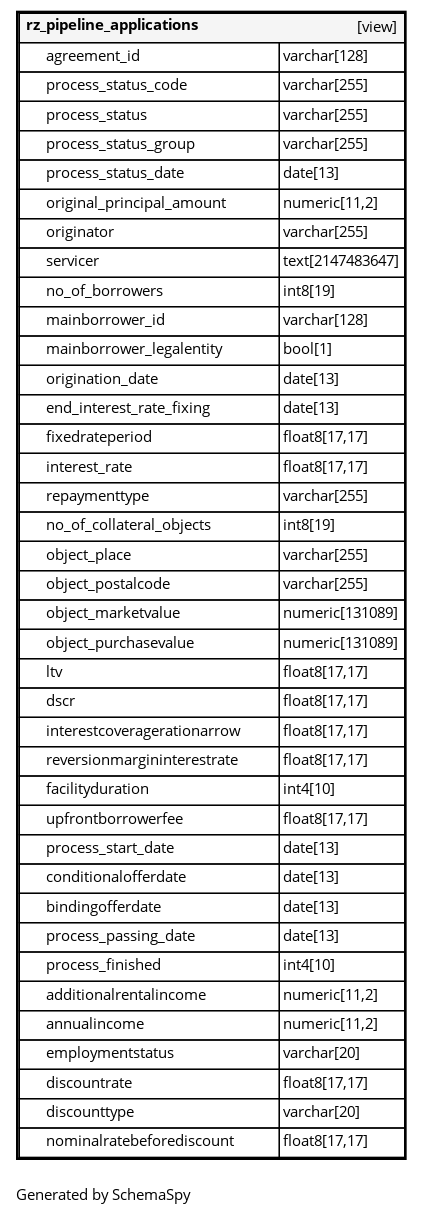
Before: FDA/v2022.2.x/diagrams/tables/rz_pipeline_applications.1degree.png, a diagram exported from Graphviz (fyndoo/fyndoo.github.io). Its source is kept beside it as FDA/v2022.2.x/diagrams/tables/rz_pipeline_applications.1degree.dot. Its diagram source:
```dot
digraph "oneDegreeRelationshipsDiagram" {
  graph [    rankdir="RL"    bgcolor="#ffffff"    label="\nGenerated by SchemaSpy"    labeljust="l"    nodesep="0.18"    ranksep="0.46"    fontname="Helvetica"    fontsize="11"    ration="compress"  ];  node [    fontname="Helvetica"    fontsize="11"    shape="plaintext"  ];  edge [    arrowsize="0.8"  ];
  "rz_pipeline_applications" [
   label=<
    <TABLE BORDER="2" CELLBORDER="1" CELLSPACING="0" BGCOLOR="#ffffff">
      <TR><TD COLSPAN="4"  BGCOLOR="#f5f5f5"><TABLE BORDER="0" CELLSPACING="0"><TR><TD ALIGN="LEFT" FIXEDSIZE="TRUE" WIDTH="142" HEIGHT="16"><B>rz_pipeline_applications</B></TD><TD ALIGN="RIGHT">[view]</TD></TR></TABLE></TD></TR>
      <TR><TD PORT="agreement_id" COLSPAN="2" ALIGN="LEFT"><TABLE BORDER="0" CELLSPACING="0" ALIGN="LEFT"><TR ALIGN="LEFT"><TD ALIGN="LEFT" FIXEDSIZE="TRUE" WIDTH="15" HEIGHT="16"></TD><TD ALIGN="LEFT" FIXEDSIZE="TRUE" WIDTH="174" HEIGHT="16">agreement_id</TD></TR></TABLE></TD><TD PORT="agreement_id.type" ALIGN="LEFT">varchar[128]</TD></TR>
      <TR><TD PORT="process_status_code" COLSPAN="2" ALIGN="LEFT"><TABLE BORDER="0" CELLSPACING="0" ALIGN="LEFT"><TR ALIGN="LEFT"><TD ALIGN="LEFT" FIXEDSIZE="TRUE" WIDTH="15" HEIGHT="16"></TD><TD ALIGN="LEFT" FIXEDSIZE="TRUE" WIDTH="174" HEIGHT="16">process_status_code</TD></TR></TABLE></TD><TD PORT="process_status_code.type" ALIGN="LEFT">varchar[255]</TD></TR>
      <TR><TD PORT="process_status" COLSPAN="2" ALIGN="LEFT"><TABLE BORDER="0" CELLSPACING="0" ALIGN="LEFT"><TR ALIGN="LEFT"><TD ALIGN="LEFT" FIXEDSIZE="TRUE" WIDTH="15" HEIGHT="16"></TD><TD ALIGN="LEFT" FIXEDSIZE="TRUE" WIDTH="174" HEIGHT="16">process_status</TD></TR></TABLE></TD><TD PORT="process_status.type" ALIGN="LEFT">varchar[255]</TD></TR>
      <TR><TD PORT="process_status_group" COLSPAN="2" ALIGN="LEFT"><TABLE BORDER="0" CELLSPACING="0" ALIGN="LEFT"><TR ALIGN="LEFT"><TD ALIGN="LEFT" FIXEDSIZE="TRUE" WIDTH="15" HEIGHT="16"></TD><TD ALIGN="LEFT" FIXEDSIZE="TRUE" WIDTH="174" HEIGHT="16">process_status_group</TD></TR></TABLE></TD><TD PORT="process_status_group.type" ALIGN="LEFT">varchar[255]</TD></TR>
      <TR><TD PORT="process_status_date" COLSPAN="2" ALIGN="LEFT"><TABLE BORDER="0" CELLSPACING="0" ALIGN="LEFT"><TR ALIGN="LEFT"><TD ALIGN="LEFT" FIXEDSIZE="TRUE" WIDTH="15" HEIGHT="16"></TD><TD ALIGN="LEFT" FIXEDSIZE="TRUE" WIDTH="174" HEIGHT="16">process_status_date</TD></TR></TABLE></TD><TD PORT="process_status_date.type" ALIGN="LEFT">date[13]</TD></TR>
      <TR><TD PORT="original_principal_amount" COLSPAN="2" ALIGN="LEFT"><TABLE BORDER="0" CELLSPACING="0" ALIGN="LEFT"><TR ALIGN="LEFT"><TD ALIGN="LEFT" FIXEDSIZE="TRUE" WIDTH="15" HEIGHT="16"></TD><TD ALIGN="LEFT" FIXEDSIZE="TRUE" WIDTH="174" HEIGHT="16">original_principal_amount</TD></TR></TABLE></TD><TD PORT="original_principal_amount.type" ALIGN="LEFT">numeric[11,2]</TD></TR>
      <TR><TD PORT="originator" COLSPAN="2" ALIGN="LEFT"><TABLE BORDER="0" CELLSPACING="0" ALIGN="LEFT"><TR ALIGN="LEFT"><TD ALIGN="LEFT" FIXEDSIZE="TRUE" WIDTH="15" HEIGHT="16"></TD><TD ALIGN="LEFT" FIXEDSIZE="TRUE" WIDTH="174" HEIGHT="16">originator</TD></TR></TABLE></TD><TD PORT="originator.type" ALIGN="LEFT">varchar[255]</TD></TR>
      <TR><TD PORT="servicer" COLSPAN="2" ALIGN="LEFT"><TABLE BORDER="0" CELLSPACING="0" ALIGN="LEFT"><TR ALIGN="LEFT"><TD ALIGN="LEFT" FIXEDSIZE="TRUE" WIDTH="15" HEIGHT="16"></TD><TD ALIGN="LEFT" FIXEDSIZE="TRUE" WIDTH="174" HEIGHT="16">servicer</TD></TR></TABLE></TD><TD PORT="servicer.type" ALIGN="LEFT">text[2147483647]</TD></TR>
      <TR><TD PORT="no_of_borrowers" COLSPAN="2" ALIGN="LEFT"><TABLE BORDER="0" CELLSPACING="0" ALIGN="LEFT"><TR ALIGN="LEFT"><TD ALIGN="LEFT" FIXEDSIZE="TRUE" WIDTH="15" HEIGHT="16"></TD><TD ALIGN="LEFT" FIXEDSIZE="TRUE" WIDTH="174" HEIGHT="16">no_of_borrowers</TD></TR></TABLE></TD><TD PORT="no_of_borrowers.type" ALIGN="LEFT">int8[19]</TD></TR>
      <TR><TD PORT="mainborrower_id" COLSPAN="2" ALIGN="LEFT"><TABLE BORDER="0" CELLSPACING="0" ALIGN="LEFT"><TR ALIGN="LEFT"><TD ALIGN="LEFT" FIXEDSIZE="TRUE" WIDTH="15" HEIGHT="16"></TD><TD ALIGN="LEFT" FIXEDSIZE="TRUE" WIDTH="174" HEIGHT="16">mainborrower_id</TD></TR></TABLE></TD><TD PORT="mainborrower_id.type" ALIGN="LEFT">varchar[128]</TD></TR>
      <TR><TD PORT="mainborrower_legalentity" COLSPAN="2" ALIGN="LEFT"><TABLE BORDER="0" CELLSPACING="0" ALIGN="LEFT"><TR ALIGN="LEFT"><TD ALIGN="LEFT" FIXEDSIZE="TRUE" WIDTH="15" HEIGHT="16"></TD><TD ALIGN="LEFT" FIXEDSIZE="TRUE" WIDTH="174" HEIGHT="16">mainborrower_legalentity</TD></TR></TABLE></TD><TD PORT="mainborrower_legalentity.type" ALIGN="LEFT">bool[1]</TD></TR>
      <TR><TD PORT="origination_date" COLSPAN="2" ALIGN="LEFT"><TABLE BORDER="0" CELLSPACING="0" ALIGN="LEFT"><TR ALIGN="LEFT"><TD ALIGN="LEFT" FIXEDSIZE="TRUE" WIDTH="15" HEIGHT="16"></TD><TD ALIGN="LEFT" FIXEDSIZE="TRUE" WIDTH="174" HEIGHT="16">origination_date</TD></TR></TABLE></TD><TD PORT="origination_date.type" ALIGN="LEFT">date[13]</TD></TR>
      <TR><TD PORT="end_interest_rate_fixing" COLSPAN="2" ALIGN="LEFT"><TABLE BORDER="0" CELLSPACING="0" ALIGN="LEFT"><TR ALIGN="LEFT"><TD ALIGN="LEFT" FIXEDSIZE="TRUE" WIDTH="15" HEIGHT="16"></TD><TD ALIGN="LEFT" FIXEDSIZE="TRUE" WIDTH="174" HEIGHT="16">end_interest_rate_fixing</TD></TR></TABLE></TD><TD PORT="end_interest_rate_fixing.type" ALIGN="LEFT">date[13]</TD></TR>
      <TR><TD PORT="fixedrateperiod" COLSPAN="2" ALIGN="LEFT"><TABLE BORDER="0" CELLSPACING="0" ALIGN="LEFT"><TR ALIGN="LEFT"><TD ALIGN="LEFT" FIXEDSIZE="TRUE" WIDTH="15" HEIGHT="16"></TD><TD ALIGN="LEFT" FIXEDSIZE="TRUE" WIDTH="174" HEIGHT="16">fixedrateperiod</TD></TR></TABLE></TD><TD PORT="fixedrateperiod.type" ALIGN="LEFT">float8[17,17]</TD></TR>
      <TR><TD PORT="interest_rate" COLSPAN="2" ALIGN="LEFT"><TABLE BORDER="0" CELLSPACING="0" ALIGN="LEFT"><TR ALIGN="LEFT"><TD ALIGN="LEFT" FIXEDSIZE="TRUE" WIDTH="15" HEIGHT="16"></TD><TD ALIGN="LEFT" FIXEDSIZE="TRUE" WIDTH="174" HEIGHT="16">interest_rate</TD></TR></TABLE></TD><TD PORT="interest_rate.type" ALIGN="LEFT">float8[17,17]</TD></TR>
      <TR><TD PORT="repaymenttype" COLSPAN="2" ALIGN="LEFT"><TABLE BORDER="0" CELLSPACING="0" ALIGN="LEFT"><TR ALIGN="LEFT"><TD ALIGN="LEFT" FIXEDSIZE="TRUE" WIDTH="15" HEIGHT="16"></TD><TD ALIGN="LEFT" FIXEDSIZE="TRUE" WIDTH="174" HEIGHT="16">repaymenttype</TD></TR></TABLE></TD><TD PORT="repaymenttype.type" ALIGN="LEFT">varchar[255]</TD></TR>
      <TR><TD PORT="no_of_collateral_objects" COLSPAN="2" ALIGN="LEFT"><TABLE BORDER="0" CELLSPACING="0" ALIGN="LEFT"><TR ALIGN="LEFT"><TD ALIGN="LEFT" FIXEDSIZE="TRUE" WIDTH="15" HEIGHT="16"></TD><TD ALIGN="LEFT" FIXEDSIZE="TRUE" WIDTH="174" HEIGHT="16">no_of_collateral_objects</TD></TR></TABLE></TD><TD PORT="no_of_collateral_objects.type" ALIGN="LEFT">int8[19]</TD></TR>
      <TR><TD PORT="object_place" COLSPAN="2" ALIGN="LEFT"><TABLE BORDER="0" CELLSPACING="0" ALIGN="LEFT"><TR ALIGN="LEFT"><TD ALIGN="LEFT" FIXEDSIZE="TRUE" WIDTH="15" HEIGHT="16"></TD><TD ALIGN="LEFT" FIXEDSIZE="TRUE" WIDTH="174" HEIGHT="16">object_place</TD></TR></TABLE></TD><TD PORT="object_place.type" ALIGN="LEFT">varchar[255]</TD></TR>
      <TR><TD PORT="object_postalcode" COLSPAN="2" ALIGN="LEFT"><TABLE BORDER="0" CELLSPACING="0" ALIGN="LEFT"><TR ALIGN="LEFT"><TD ALIGN="LEFT" FIXEDSIZE="TRUE" WIDTH="15" HEIGHT="16"></TD><TD ALIGN="LEFT" FIXEDSIZE="TRUE" WIDTH="174" HEIGHT="16">object_postalcode</TD></TR></TABLE></TD><TD PORT="object_postalcode.type" ALIGN="LEFT">varchar[255]</TD></TR>
      <TR><TD PORT="object_marketvalue" COLSPAN="2" ALIGN="LEFT"><TABLE BORDER="0" CELLSPACING="0" ALIGN="LEFT"><TR ALIGN="LEFT"><TD ALIGN="LEFT" FIXEDSIZE="TRUE" WIDTH="15" HEIGHT="16"></TD><TD ALIGN="LEFT" FIXEDSIZE="TRUE" WIDTH="174" HEIGHT="16">object_marketvalue</TD></TR></TABLE></TD><TD PORT="object_marketvalue.type" ALIGN="LEFT">numeric[131089]</TD></TR>
      <TR><TD PORT="object_purchasevalue" COLSPAN="2" ALIGN="LEFT"><TABLE BORDER="0" CELLSPACING="0" ALIGN="LEFT"><TR ALIGN="LEFT"><TD ALIGN="LEFT" FIXEDSIZE="TRUE" WIDTH="15" HEIGHT="16"></TD><TD ALIGN="LEFT" FIXEDSIZE="TRUE" WIDTH="174" HEIGHT="16">object_purchasevalue</TD></TR></TABLE></TD><TD PORT="object_purchasevalue.type" ALIGN="LEFT">numeric[131089]</TD></TR>
      <TR><TD PORT="ltv" COLSPAN="2" ALIGN="LEFT"><TABLE BORDER="0" CELLSPACING="0" ALIGN="LEFT"><TR ALIGN="LEFT"><TD ALIGN="LEFT" FIXEDSIZE="TRUE" WIDTH="15" HEIGHT="16"></TD><TD ALIGN="LEFT" FIXEDSIZE="TRUE" WIDTH="174" HEIGHT="16">ltv</TD></TR></TABLE></TD><TD PORT="ltv.type" ALIGN="LEFT">float8[17,17]</TD></TR>
      <TR><TD PORT="dscr" COLSPAN="2" ALIGN="LEFT"><TABLE BORDER="0" CELLSPACING="0" ALIGN="LEFT"><TR ALIGN="LEFT"><TD ALIGN="LEFT" FIXEDSIZE="TRUE" WIDTH="15" HEIGHT="16"></TD><TD ALIGN="LEFT" FIXEDSIZE="TRUE" WIDTH="174" HEIGHT="16">dscr</TD></TR></TABLE></TD><TD PORT="dscr.type" ALIGN="LEFT">float8[17,17]</TD></TR>
      <TR><TD PORT="interestcoveragerationarrow" COLSPAN="2" ALIGN="LEFT"><TABLE BORDER="0" CELLSPACING="0" ALIGN="LEFT"><TR ALIGN="LEFT"><TD ALIGN="LEFT" FIXEDSIZE="TRUE" WIDTH="15" HEIGHT="16"></TD><TD ALIGN="LEFT" FIXEDSIZE="TRUE" WIDTH="174" HEIGHT="16">interestcoveragerationarrow</TD></TR></TABLE></TD><TD PORT="interestcoveragerationarrow.type" ALIGN="LEFT">float8[17,17]</TD></TR>
      <TR><TD PORT="reversionmargininterestrate" COLSPAN="2" ALIGN="LEFT"><TABLE BORDER="0" CELLSPACING="0" ALIGN="LEFT"><TR ALIGN="LEFT"><TD ALIGN="LEFT" FIXEDSIZE="TRUE" WIDTH="15" HEIGHT="16"></TD><TD ALIGN="LEFT" FIXEDSIZE="TRUE" WIDTH="174" HEIGHT="16">reversionmargininterestrate</TD></TR></TABLE></TD><TD PORT="reversionmargininterestrate.type" ALIGN="LEFT">float8[17,17]</TD></TR>
      <TR><TD PORT="facilityduration" COLSPAN="2" ALIGN="LEFT"><TABLE BORDER="0" CELLSPACING="0" ALIGN="LEFT"><TR ALIGN="LEFT"><TD ALIGN="LEFT" FIXEDSIZE="TRUE" WIDTH="15" HEIGHT="16"></TD><TD ALIGN="LEFT" FIXEDSIZE="TRUE" WIDTH="174" HEIGHT="16">facilityduration</TD></TR></TABLE></TD><TD PORT="facilityduration.type" ALIGN="LEFT">int4[10]</TD></TR>
      <TR><TD PORT="upfrontborrowerfee" COLSPAN="2" ALIGN="LEFT"><TABLE BORDER="0" CELLSPACING="0" ALIGN="LEFT"><TR ALIGN="LEFT"><TD ALIGN="LEFT" FIXEDSIZE="TRUE" WIDTH="15" HEIGHT="16"></TD><TD ALIGN="LEFT" FIXEDSIZE="TRUE" WIDTH="174" HEIGHT="16">upfrontborrowerfee</TD></TR></TABLE></TD><TD PORT="upfrontborrowerfee.type" ALIGN="LEFT">float8[17,17]</TD></TR>
      <TR><TD PORT="process_start_date" COLSPAN="2" ALIGN="LEFT"><TABLE BORDER="0" CELLSPACING="0" ALIGN="LEFT"><TR ALIGN="LEFT"><TD ALIGN="LEFT" FIXEDSIZE="TRUE" WIDTH="15" HEIGHT="16"></TD><TD ALIGN="LEFT" FIXEDSIZE="TRUE" WIDTH="174" HEIGHT="16">process_start_date</TD></TR></TABLE></TD><TD PORT="process_start_date.type" ALIGN="LEFT">date[13]</TD></TR>
      <TR><TD PORT="conditionalofferdate" COLSPAN="2" ALIGN="LEFT"><TABLE BORDER="0" CELLSPACING="0" ALIGN="LEFT"><TR ALIGN="LEFT"><TD ALIGN="LEFT" FIXEDSIZE="TRUE" WIDTH="15" HEIGHT="16"></TD><TD ALIGN="LEFT" FIXEDSIZE="TRUE" WIDTH="174" HEIGHT="16">conditionalofferdate</TD></TR></TABLE></TD><TD PORT="conditionalofferdate.type" ALIGN="LEFT">date[13]</TD></TR>
      <TR><TD PORT="bindingofferdate" COLSPAN="2" ALIGN="LEFT"><TABLE BORDER="0" CELLSPACING="0" ALIGN="LEFT"><TR ALIGN="LEFT"><TD ALIGN="LEFT" FIXEDSIZE="TRUE" WIDTH="15" HEIGHT="16"></TD><TD ALIGN="LEFT" FIXEDSIZE="TRUE" WIDTH="174" HEIGHT="16">bindingofferdate</TD></TR></TABLE></TD><TD PORT="bindingofferdate.type" ALIGN="LEFT">date[13]</TD></TR>
      <TR><TD PORT="process_passing_date" COLSPAN="2" ALIGN="LEFT"><TABLE BORDER="0" CELLSPACING="0" ALIGN="LEFT"><TR ALIGN="LEFT"><TD ALIGN="LEFT" FIXEDSIZE="TRUE" WIDTH="15" HEIGHT="16"></TD><TD ALIGN="LEFT" FIXEDSIZE="TRUE" WIDTH="174" HEIGHT="16">process_passing_date</TD></TR></TABLE></TD><TD PORT="process_passing_date.type" ALIGN="LEFT">date[13]</TD></TR>
      <TR><TD PORT="process_finished" COLSPAN="2" ALIGN="LEFT"><TABLE BORDER="0" CELLSPACING="0" ALIGN="LEFT"><TR ALIGN="LEFT"><TD ALIGN="LEFT" FIXEDSIZE="TRUE" WIDTH="15" HEIGHT="16"></TD><TD ALIGN="LEFT" FIXEDSIZE="TRUE" WIDTH="174" HEIGHT="16">process_finished</TD></TR></TABLE></TD><TD PORT="process_finished.type" ALIGN="LEFT">int4[10]</TD></TR>
      <TR><TD PORT="additionalrentalincome" COLSPAN="2" ALIGN="LEFT"><TABLE BORDER="0" CELLSPACING="0" ALIGN="LEFT"><TR ALIGN="LEFT"><TD ALIGN="LEFT" FIXEDSIZE="TRUE" WIDTH="15" HEIGHT="16"></TD><TD ALIGN="LEFT" FIXEDSIZE="TRUE" WIDTH="174" HEIGHT="16">additionalrentalincome</TD></TR></TABLE></TD><TD PORT="additionalrentalincome.type" ALIGN="LEFT">numeric[11,2]</TD></TR>
      <TR><TD PORT="annualincome" COLSPAN="2" ALIGN="LEFT"><TABLE BORDER="0" CELLSPACING="0" ALIGN="LEFT"><TR ALIGN="LEFT"><TD ALIGN="LEFT" FIXEDSIZE="TRUE" WIDTH="15" HEIGHT="16"></TD><TD ALIGN="LEFT" FIXEDSIZE="TRUE" WIDTH="174" HEIGHT="16">annualincome</TD></TR></TABLE></TD><TD PORT="annualincome.type" ALIGN="LEFT">numeric[11,2]</TD></TR>
      <TR><TD PORT="employmentstatus" COLSPAN="2" ALIGN="LEFT"><TABLE BORDER="0" CELLSPACING="0" ALIGN="LEFT"><TR ALIGN="LEFT"><TD ALIGN="LEFT" FIXEDSIZE="TRUE" WIDTH="15" HEIGHT="16"></TD><TD ALIGN="LEFT" FIXEDSIZE="TRUE" WIDTH="174" HEIGHT="16">employmentstatus</TD></TR></TABLE></TD><TD PORT="employmentstatus.type" ALIGN="LEFT">varchar[20]</TD></TR>
      <TR><TD PORT="discountrate" COLSPAN="2" ALIGN="LEFT"><TABLE BORDER="0" CELLSPACING="0" ALIGN="LEFT"><TR ALIGN="LEFT"><TD ALIGN="LEFT" FIXEDSIZE="TRUE" WIDTH="15" HEIGHT="16"></TD><TD ALIGN="LEFT" FIXEDSIZE="TRUE" WIDTH="174" HEIGHT="16">discountrate</TD></TR></TABLE></TD><TD PORT="discountrate.type" ALIGN="LEFT">float8[17,17]</TD></TR>
      <TR><TD PORT="discounttype" COLSPAN="2" ALIGN="LEFT"><TABLE BORDER="0" CELLSPACING="0" ALIGN="LEFT"><TR ALIGN="LEFT"><TD ALIGN="LEFT" FIXEDSIZE="TRUE" WIDTH="15" HEIGHT="16"></TD><TD ALIGN="LEFT" FIXEDSIZE="TRUE" WIDTH="174" HEIGHT="16">discounttype</TD></TR></TABLE></TD><TD PORT="discounttype.type" ALIGN="LEFT">varchar[20]</TD></TR>
      <TR><TD PORT="nominalratebeforediscount" COLSPAN="2" ALIGN="LEFT"><TABLE BORDER="0" CELLSPACING="0" ALIGN="LEFT"><TR ALIGN="LEFT"><TD ALIGN="LEFT" FIXEDSIZE="TRUE" WIDTH="15" HEIGHT="16"></TD><TD ALIGN="LEFT" FIXEDSIZE="TRUE" WIDTH="174" HEIGHT="16">nominalratebeforediscount</TD></TR></TABLE></TD><TD PORT="nominalratebeforediscount.type" ALIGN="LEFT">float8[17,17]</TD></TR>
    </TABLE>>
    URL="rz_pipeline_applications.html"
    target="_top"
    tooltip="rz_pipeline_applications"
  ];
}
```
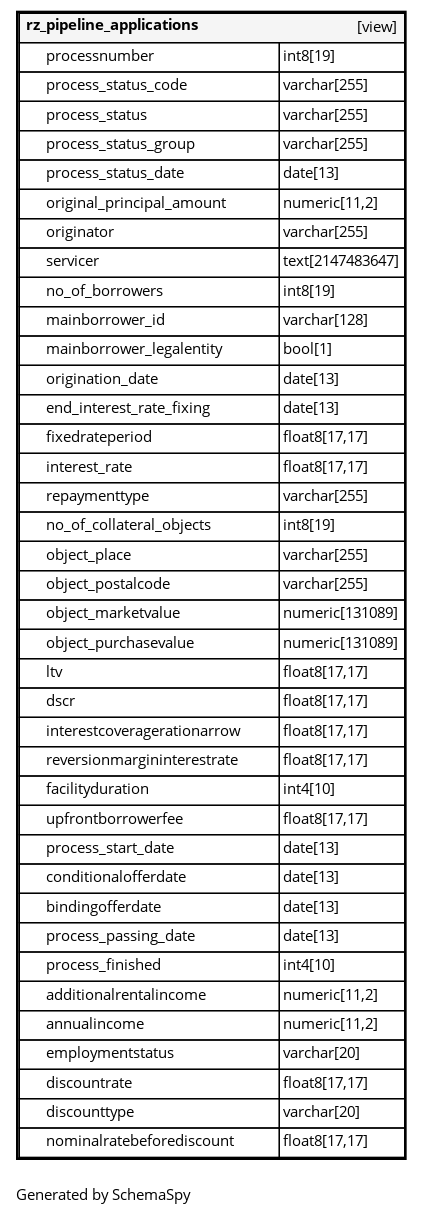
The same file after the commit.

What changed in the source:
```diff
@@ -4,7 +4,7 @@
    label=<
     <TABLE BORDER="2" CELLBORDER="1" CELLSPACING="0" BGCOLOR="#ffffff">
       <TR><TD COLSPAN="4"  BGCOLOR="#f5f5f5"><TABLE BORDER="0" CELLSPACING="0"><TR><TD ALIGN="LEFT" FIXEDSIZE="TRUE" WIDTH="142" HEIGHT="16"><B>rz_pipeline_applications</B></TD><TD ALIGN="RIGHT">[view]</TD></TR></TABLE></TD></TR>
-      <TR><TD PORT="agreement_id" COLSPAN="2" ALIGN="LEFT"><TABLE BORDER="0" CELLSPACING="0" ALIGN="LEFT"><TR ALIGN="LEFT"><TD ALIGN="LEFT" FIXEDSIZE="TRUE" WIDTH="15" HEIGHT="16"></TD><TD ALIGN="LEFT" FIXEDSIZE="TRUE" WIDTH="174" HEIGHT="16">agreement_id</TD></TR></TABLE></TD><TD PORT="agreement_id.type" ALIGN="LEFT">varchar[128]</TD></TR>
+      <TR><TD PORT="processnumber" COLSPAN="2" ALIGN="LEFT"><TABLE BORDER="0" CELLSPACING="0" ALIGN="LEFT"><TR ALIGN="LEFT"><TD ALIGN="LEFT" FIXEDSIZE="TRUE" WIDTH="15" HEIGHT="16"></TD><TD ALIGN="LEFT" FIXEDSIZE="TRUE" WIDTH="174" HEIGHT="16">processnumber</TD></TR></TABLE></TD><TD PORT="processnumber.type" ALIGN="LEFT">int8[19]</TD></TR>
       <TR><TD PORT="process_status_code" COLSPAN="2" ALIGN="LEFT"><TABLE BORDER="0" CELLSPACING="0" ALIGN="LEFT"><TR ALIGN="LEFT"><TD ALIGN="LEFT" FIXEDSIZE="TRUE" WIDTH="15" HEIGHT="16"></TD><TD ALIGN="LEFT" FIXEDSIZE="TRUE" WIDTH="174" HEIGHT="16">process_status_code</TD></TR></TABLE></TD><TD PORT="process_status_code.type" ALIGN="LEFT">varchar[255]</TD></TR>
       <TR><TD PORT="process_status" COLSPAN="2" ALIGN="LEFT"><TABLE BORDER="0" CELLSPACING="0" ALIGN="LEFT"><TR ALIGN="LEFT"><TD ALIGN="LEFT" FIXEDSIZE="TRUE" WIDTH="15" HEIGHT="16"></TD><TD ALIGN="LEFT" FIXEDSIZE="TRUE" WIDTH="174" HEIGHT="16">process_status</TD></TR></TABLE></TD><TD PORT="process_status.type" ALIGN="LEFT">varchar[255]</TD></TR>
       <TR><TD PORT="process_status_group" COLSPAN="2" ALIGN="LEFT"><TABLE BORDER="0" CELLSPACING="0" ALIGN="LEFT"><TR ALIGN="LEFT"><TD ALIGN="LEFT" FIXEDSIZE="TRUE" WIDTH="15" HEIGHT="16"></TD><TD ALIGN="LEFT" FIXEDSIZE="TRUE" WIDTH="174" HEIGHT="16">process_status_group</TD></TR></TABLE></TD><TD PORT="process_status_group.type" ALIGN="LEFT">varchar[255]</TD></TR>
```
